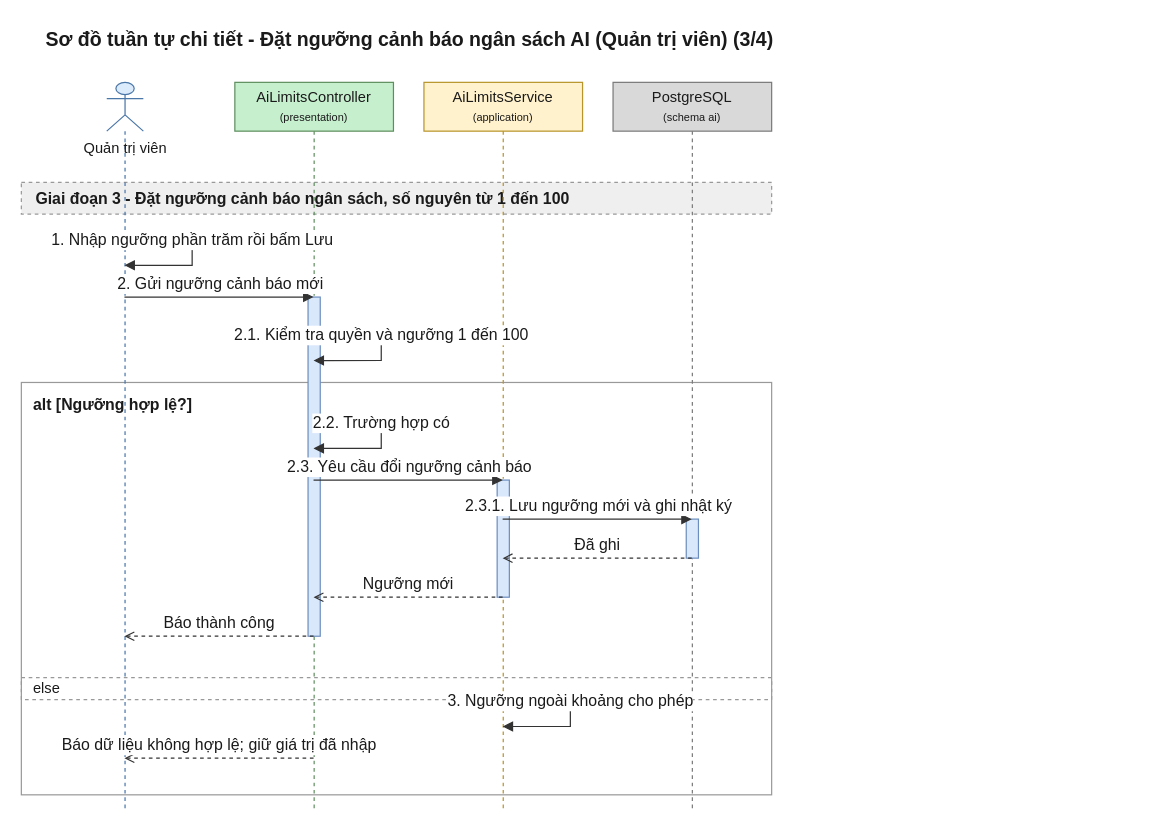
This is 08-diagram/sequence/admin/sequence_admin_dat_han_muc_va_gioi_han_ai_p3.drawio from daiphu1801/PRJ_ALGOPREP, a draw.io file, before an edit. Source tidied: cells renumbered, new cells numbered last; positions are measured from the earlier drawing's top-left corner, leaving out a move shared by most shapes. Both pictures are drawn from the tidied source at 122%, with x=0, y=0 at pixel (21, 21).
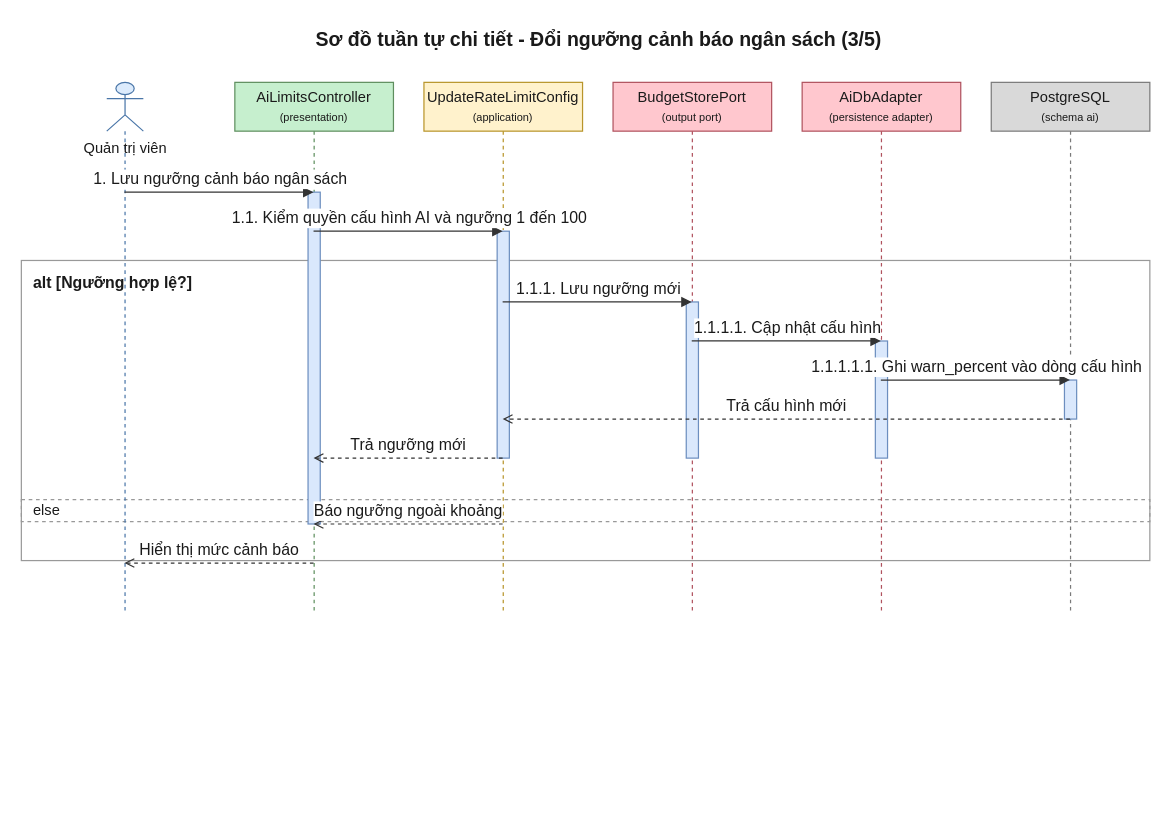
Above is the later version.

Change to the diagram source:
```diff
@@
-    <mxCell id="2" value="Sơ đồ tuần tự chi tiết - Đặt ngưỡng cảnh báo ngân sách AI (Quản trị viên) (3/4)" style="text;html=1;fontSize=16;fontStyle=1;align=center;verticalAlign=middle;fontColor=#1A1A1A;" parent="1" vertex="1">
-      <mxGeometry x="20" width="595" height="30" as="geometry" />
+    <mxCell id="2" value="Sơ đồ tuần tự chi tiết - Đổi ngưỡng cảnh báo ngân sách (3/5)" style="text;html=1;fontSize=16;fontStyle=1;align=center;verticalAlign=middle;fontColor=#1A1A1A;" parent="1" vertex="1">
+      <mxGeometry x="20" width="905" height="30" as="geometry" />
     </mxCell>
     <mxCell id="3" value="alt [Ngưỡng hợp lệ?]" style="algoprep=alt;rounded=0;whiteSpace=wrap;html=1;fillColor=none;strokeColor=#999999;verticalAlign=top;align=left;spacingLeft=8;spacingTop=4;fontColor=#1A1A1A;fontSize=13;fontStyle=1;dashed=0;" parent="1" vertex="1">
-      <mxGeometry y="296" width="615" height="338" as="geometry" />
+      <mxGeometry y="196" width="925" height="246" as="geometry" />
     </mxCell>
     <mxCell id="4" value="else" style="text;html=1;dashed=1;strokeColor=#999999;fillColor=none;align=left;verticalAlign=middle;spacingLeft=8;fontColor=#1A1A1A;fontSize=12;" parent="1" vertex="1">
-      <mxGeometry y="538" width="615" height="18" as="geometry" />
+      <mxGeometry y="392" width="925" height="18" as="geometry" />
     </mxCell>
-    <mxCell id="5" value="Giai đoạn 3 - Đặt ngưỡng cảnh báo ngân sách, số nguyên từ 1 đến 100" style="algoprep=phase;rounded=0;whiteSpace=wrap;html=1;fillColor=#EFEFEF;strokeColor=#999999;dashed=1;align=left;verticalAlign=middle;spacingLeft=10;fontColor=#1A1A1A;fontSize=13;fontStyle=1;" parent="1" vertex="1">
-      <mxGeometry y="132" width="615" height="26" as="geometry" />
+    <mxCell id="5" value="Quản trị viên" style="shape=umlLifeline;participant=umlActor;perimeter=lifelinePerimeter;html=1;outlineConnect=0;size=40;verticalAlign=top;spacingTop=40;fillColor=#DCEBFC;strokeColor=#4A76A8;fontColor=#1A1A1A;" parent="1" vertex="1">
+      <mxGeometry x="70" y="50" width="30" height="436" as="geometry" />
     </mxCell>
-    <mxCell id="6" value="Quản trị viên" style="shape=umlLifeline;participant=umlActor;perimeter=lifelinePerimeter;html=1;outlineConnect=0;size=40;verticalAlign=top;spacingTop=40;fillColor=#DCEBFC;strokeColor=#4A76A8;fontColor=#1A1A1A;" parent="1" vertex="1">
-      <mxGeometry x="70" y="50" width="30" height="596" as="geometry" />
+    <mxCell id="6" value="AiLimitsController&lt;br&gt;&lt;font style=&quot;font-size:9px&quot;&gt;(presentation)&lt;/font&gt;" style="shape=umlLifeline;perimeter=lifelinePerimeter;whiteSpace=wrap;html=1;outlineConnect=0;size=40;fillColor=#C6EFCE;strokeColor=#5E8E5E;fontColor=#1A1A1A;" parent="1" vertex="1">
+      <mxGeometry x="175" y="50" width="130" height="436" as="geometry" />
     </mxCell>
-    <mxCell id="7" value="AiLimitsController&lt;br&gt;&lt;font style=&quot;font-size:9px&quot;&gt;(presentation)&lt;/font&gt;" style="shape=umlLifeline;perimeter=lifelinePerimeter;whiteSpace=wrap;html=1;outlineConnect=0;size=40;fillColor=#C6EFCE;strokeColor=#5E8E5E;fontColor=#1A1A1A;" parent="1" vertex="1">
-      <mxGeometry x="175" y="50" width="130" height="596" as="geometry" />
+    <mxCell id="7" value="UpdateRateLimitConfig&lt;br&gt;&lt;font style=&quot;font-size:9px&quot;&gt;(application)&lt;/font&gt;" style="shape=umlLifeline;perimeter=lifelinePerimeter;whiteSpace=wrap;html=1;outlineConnect=0;size=40;fillColor=#FFF2CC;strokeColor=#B8952A;fontColor=#1A1A1A;" parent="1" vertex="1">
+      <mxGeometry x="330" y="50" width="130" height="436" as="geometry" />
     </mxCell>
-    <mxCell id="8" value="AiLimitsService&lt;br&gt;&lt;font style=&quot;font-size:9px&quot;&gt;(application)&lt;/font&gt;" style="shape=umlLifeline;perimeter=lifelinePerimeter;whiteSpace=wrap;html=1;outlineConnect=0;size=40;fillColor=#FFF2CC;strokeColor=#B8952A;fontColor=#1A1A1A;" parent="1" vertex="1">
-      <mxGeometry x="330" y="50" width="130" height="596" as="geometry" />
+    <mxCell id="8" value="BudgetStorePort&lt;br&gt;&lt;font style=&quot;font-size:9px&quot;&gt;(output port)&lt;/font&gt;" style="shape=umlLifeline;perimeter=lifelinePerimeter;whiteSpace=wrap;html=1;outlineConnect=0;size=40;fillColor=#FFC7CE;strokeColor=#B0525E;fontColor=#1A1A1A;" parent="1" vertex="1">
+      <mxGeometry x="485" y="50" width="130" height="436" as="geometry" />
     </mxCell>
-    <mxCell id="9" value="PostgreSQL&lt;br&gt;&lt;font style=&quot;font-size:9px&quot;&gt;(schema ai)&lt;/font&gt;" style="shape=umlLifeline;perimeter=lifelinePerimeter;whiteSpace=wrap;html=1;outlineConnect=0;size=40;fillColor=#D9D9D9;strokeColor=#7A7A7A;fontColor=#1A1A1A;" parent="1" vertex="1">
-      <mxGeometry x="485" y="50" width="130" height="596" as="geometry" />
+    <mxCell id="9" value="AiDbAdapter&lt;br&gt;&lt;font style=&quot;font-size:9px&quot;&gt;(persistence adapter)&lt;/font&gt;" style="shape=umlLifeline;perimeter=lifelinePerimeter;whiteSpace=wrap;html=1;outlineConnect=0;size=40;fillColor=#FFC7CE;strokeColor=#B0525E;fontColor=#1A1A1A;" parent="1" vertex="1">
+      <mxGeometry x="640" y="50" width="130" height="436" as="geometry" />
     </mxCell>
-    <mxCell id="10" style="html=1;points=[[0,0,0,0,0],[0,1,0,0,0],[1,0,0,0,0],[1,1,0,0,0]];perimeter=orthogonalPerimeter;outlineConnect=0;targetShapes=umlLifeline;fillColor=#DAE8FC;strokeColor=#6C8EBF;" parent="9" vertex="1">
-      <mxGeometry x="60" y="358" width="10" height="32" as="geometry" />
+    <mxCell id="10" value="PostgreSQL&lt;br&gt;&lt;font style=&quot;font-size:9px&quot;&gt;(schema ai)&lt;/font&gt;" style="shape=umlLifeline;perimeter=lifelinePerimeter;whiteSpace=wrap;html=1;outlineConnect=0;size=40;fillColor=#D9D9D9;strokeColor=#7A7A7A;fontColor=#1A1A1A;" parent="1" vertex="1">
+      <mxGeometry x="795" y="50" width="130" height="436" as="geometry" />
     </mxCell>
-    <mxCell id="11" style="html=1;perimeter=orthogonalPerimeter;targetShapes=umlLifeline;fillColor=#DAE8FC;strokeColor=#6C8EBF;" parent="8" vertex="1">
-      <mxGeometry x="60" y="326" width="10" height="96" as="geometry" />
+    <mxCell id="11" style="html=1;perimeter=orthogonalPerimeter;targetShapes=umlLifeline;fillColor=#DAE8FC;strokeColor=#6C8EBF;" parent="10" vertex="1">
+      <mxGeometry x="60" y="244" width="10" height="32" as="geometry" />
     </mxCell>
-    <mxCell id="12" style="html=1;perimeter=orthogonalPerimeter;targetShapes=umlLifeline;fillColor=#DAE8FC;strokeColor=#6C8EBF;" parent="7" vertex="1">
-      <mxGeometry x="60" y="176" width="10" height="278" as="geometry" />
+    <mxCell id="12" style="html=1;perimeter=orthogonalPerimeter;targetShapes=umlLifeline;fillColor=#DAE8FC;strokeColor=#6C8EBF;" parent="9" vertex="1">
+      <mxGeometry x="60" y="212" width="10" height="96" as="geometry" />
     </mxCell>
-    <mxCell id="13" value="1. Nhập ngưỡng phần trăm rồi bấm Lưu" style="edgeStyle=orthogonalEdgeStyle;rounded=0;html=1;endArrow=block;endFill=1;strokeColor=#333333;fontColor=#1A1A1A;fontSize=13;verticalAlign=bottom;exitX=0.5;exitY=0.2181;exitDx=0;exitDy=0;entryX=0.5;entryY=0.2517;entryDx=0;entryDy=0;" parent="1" edge="1" source="6" target="6">
-      <mxGeometry relative="1" as="geometry">
-        <Array as="points">
-          <mxPoint x="140" y="180" />
-          <mxPoint x="140" y="200" />
-        </Array>
-      </mxGeometry>
-    </mxCell>
-    <mxCell id="14" value="2. Gửi ngưỡng cảnh báo mới" style="edgeStyle=none;html=1;endArrow=block;endFill=1;strokeColor=#333333;fontColor=#1A1A1A;fontSize=13;verticalAlign=bottom;exitX=0.5;exitY=0.2953;exitDx=0;exitDy=0;entryX=0.5;entryY=0.2953;entryDx=0;entryDy=0;" parent="1" edge="1" source="6" target="7">
-      <mxGeometry relative="1" as="geometry" />
-    </mxCell>
-    <mxCell id="15" value="2.1. Kiểm tra quyền và ngưỡng 1 đến 100" style="edgeStyle=orthogonalEdgeStyle;rounded=0;html=1;endArrow=block;endFill=1;strokeColor=#333333;fontColor=#1A1A1A;fontSize=13;verticalAlign=bottom;exitX=0.5;exitY=0.3490;exitDx=0;exitDy=0;entryX=0.5;entryY=0.3826;entryDx=0;entryDy=0;" parent="1" edge="1" source="7" target="7">
-      <mxGeometry relative="1" as="geometry">
-        <Array as="points">
-          <mxPoint x="295" y="258" />
-          <mxPoint x="295" y="278" />
-        </Array>
-      </mxGeometry>
-    </mxCell>
+    <mxCell id="24" style="html=1;perimeter=orthogonalPerimeter;targetShapes=umlLifeline;fillColor=#DAE8FC;strokeColor=#6C8EBF;" parent="8" vertex="1">
+      <mxGeometry x="60" y="180" width="10" height="128" as="geometry" />
+    </mxCell>
+    <mxCell id="25" style="html=1;perimeter=orthogonalPerimeter;targetShapes=umlLifeline;fillColor=#DAE8FC;strokeColor=#6C8EBF;" parent="7" vertex="1">
+      <mxGeometry x="60" y="122" width="10" height="186" as="geometry" />
+    </mxCell>
+    <mxCell id="26" style="html=1;perimeter=orthogonalPerimeter;targetShapes=umlLifeline;fillColor=#DAE8FC;strokeColor=#6C8EBF;" parent="6" vertex="1">
+      <mxGeometry x="60" y="90" width="10" height="272" as="geometry" />
+    </mxCell>
-    <mxCell id="16" value="2.2. Trường hợp có" style="edgeStyle=orthogonalEdgeStyle;rounded=0;html=1;endArrow=block;endFill=1;strokeColor=#333333;fontColor=#1A1A1A;fontSize=13;verticalAlign=bottom;exitX=0.5;exitY=0.4698;exitDx=0;exitDy=0;entryX=0.5;entryY=0.5034;entryDx=0;entryDy=0;" parent="1" edge="1" source="7" target="7">
-      <mxGeometry relative="1" as="geometry">
-        <Array as="points">
-          <mxPoint x="295" y="330" />
-          <mxPoint x="295" y="350" />
-        </Array>
-      </mxGeometry>
+    <mxCell id="16" value="1. Lưu ngưỡng cảnh báo ngân sách" style="edgeStyle=none;html=1;endArrow=block;endFill=1;strokeColor=#333333;fontColor=#1A1A1A;fontSize=13;verticalAlign=bottom;exitX=0.5;exitY=0.2064;exitDx=0;exitDy=0;entryX=0.5;entryY=0.2064;entryDx=0;entryDy=0;" parent="1" edge="1" source="5" target="6">
+      <mxGeometry relative="1" as="geometry" />
     </mxCell>
-    <mxCell id="17" value="2.3. Yêu cầu đổi ngưỡng cảnh báo" style="edgeStyle=none;html=1;endArrow=block;endFill=1;strokeColor=#333333;fontColor=#1A1A1A;fontSize=13;verticalAlign=bottom;exitX=0.5;exitY=0.5470;exitDx=0;exitDy=0;entryX=0.5;entryY=0.5470;entryDx=0;entryDy=0;" parent="1" edge="1" source="7" target="8">
+    <mxCell id="17" value="1.1. Kiểm quyền cấu hình AI và ngưỡng 1 đến 100" style="edgeStyle=none;html=1;endArrow=block;endFill=1;strokeColor=#333333;fontColor=#1A1A1A;fontSize=13;verticalAlign=bottom;exitX=0.5;exitY=0.2798;exitDx=0;exitDy=0;entryX=0.5;entryY=0.2798;entryDx=0;entryDy=0;" parent="1" edge="1" source="6" target="7">
       <mxGeometry relative="1" as="geometry" />
     </mxCell>
-    <mxCell id="18" value="2.3.1. Lưu ngưỡng mới và ghi nhật ký" style="edgeStyle=none;html=1;endArrow=block;endFill=1;strokeColor=#333333;fontColor=#1A1A1A;fontSize=13;verticalAlign=bottom;exitX=0.5;exitY=0.6007;exitDx=0;exitDy=0;entryX=0.5;entryY=0.6007;entryDx=0;entryDy=0;" parent="1" edge="1" source="8" target="9">
+    <mxCell id="18" value="1.1.1. Lưu ngưỡng mới" style="edgeStyle=none;html=1;endArrow=block;endFill=1;strokeColor=#333333;fontColor=#1A1A1A;fontSize=13;verticalAlign=bottom;exitX=0.5;exitY=0.4128;exitDx=0;exitDy=0;entryX=0.5;entryY=0.4128;entryDx=0;entryDy=0;" parent="1" edge="1" source="7" target="8">
       <mxGeometry relative="1" as="geometry" />
     </mxCell>
-    <mxCell id="19" value="Đã ghi" style="edgeStyle=none;html=1;endArrow=open;endFill=0;dashed=1;strokeColor=#333333;fontColor=#1A1A1A;fontSize=13;verticalAlign=bottom;exitX=0.5;exitY=0.6544;exitDx=0;exitDy=0;entryX=0.5;entryY=0.6544;entryDx=0;entryDy=0;" parent="1" edge="1" source="9" target="8">
+    <mxCell id="19" value="1.1.1.1. Cập nhật cấu hình" style="edgeStyle=none;html=1;endArrow=block;endFill=1;strokeColor=#333333;fontColor=#1A1A1A;fontSize=13;verticalAlign=bottom;exitX=0.5;exitY=0.4862;exitDx=0;exitDy=0;entryX=0.5;entryY=0.4862;entryDx=0;entryDy=0;" parent="1" edge="1" source="8" target="9">
       <mxGeometry relative="1" as="geometry" />
     </mxCell>
-    <mxCell id="20" value="Ngưỡng mới" style="edgeStyle=none;html=1;endArrow=open;endFill=0;dashed=1;strokeColor=#333333;fontColor=#1A1A1A;fontSize=13;verticalAlign=bottom;exitX=0.5;exitY=0.7081;exitDx=0;exitDy=0;entryX=0.5;entryY=0.7081;entryDx=0;entryDy=0;" parent="1" edge="1" source="8" target="7">
+    <mxCell id="20" value="1.1.1.1.1. Ghi warn_percent vào dòng cấu hình" style="edgeStyle=none;html=1;endArrow=block;endFill=1;strokeColor=#333333;fontColor=#1A1A1A;fontSize=13;verticalAlign=bottom;exitX=0.5;exitY=0.5596;exitDx=0;exitDy=0;entryX=0.5;entryY=0.5596;entryDx=0;entryDy=0;" parent="1" edge="1" source="9" target="10">
       <mxGeometry relative="1" as="geometry" />
     </mxCell>
-    <mxCell id="21" value="Báo thành công" style="edgeStyle=none;html=1;endArrow=open;endFill=0;dashed=1;strokeColor=#333333;fontColor=#1A1A1A;fontSize=13;verticalAlign=bottom;exitX=0.5;exitY=0.7617;exitDx=0;exitDy=0;entryX=0.5;entryY=0.7617;entryDx=0;entryDy=0;" parent="1" edge="1" source="7" target="6">
+    <mxCell id="21" value="Trả cấu hình mới" style="edgeStyle=none;html=1;endArrow=open;endFill=0;dashed=1;strokeColor=#333333;fontColor=#1A1A1A;fontSize=13;verticalAlign=bottom;exitX=0.5;exitY=0.6330;exitDx=0;exitDy=0;entryX=0.5;entryY=0.6330;entryDx=0;entryDy=0;" parent="1" edge="1" source="10" target="7">
       <mxGeometry relative="1" as="geometry" />
     </mxCell>
-    <mxCell id="22" value="3. Ngưỡng ngoài khoảng cho phép" style="edgeStyle=orthogonalEdgeStyle;rounded=0;html=1;endArrow=block;endFill=1;strokeColor=#333333;fontColor=#1A1A1A;fontSize=13;verticalAlign=bottom;exitX=0.5;exitY=0.8523;exitDx=0;exitDy=0;entryX=0.5;entryY=0.8859;entryDx=0;entryDy=0;" parent="1" edge="1" source="8" target="8">
-      <mxGeometry relative="1" as="geometry">
-        <Array as="points">
-          <mxPoint x="450" y="558" />
-          <mxPoint x="450" y="578" />
-        </Array>
-      </mxGeometry>
+    <mxCell id="22" value="Trả ngưỡng mới" style="edgeStyle=none;html=1;endArrow=open;endFill=0;dashed=1;strokeColor=#333333;fontColor=#1A1A1A;fontSize=13;verticalAlign=bottom;exitX=0.5;exitY=0.7064;exitDx=0;exitDy=0;entryX=0.5;entryY=0.7064;entryDx=0;entryDy=0;" parent="1" edge="1" source="7" target="6">
+      <mxGeometry relative="1" as="geometry" />
     </mxCell>
-    <mxCell id="23" value="Báo dữ liệu không hợp lệ; giữ giá trị đã nhập" style="edgeStyle=none;html=1;endArrow=open;endFill=0;dashed=1;strokeColor=#333333;fontColor=#1A1A1A;fontSize=13;verticalAlign=bottom;exitX=0.5;exitY=0.9295;exitDx=0;exitDy=0;entryX=0.5;entryY=0.9295;entryDx=0;entryDy=0;" parent="1" edge="1" source="7" target="6">
+    <mxCell id="23" value="Báo ngưỡng ngoài khoảng" style="edgeStyle=none;html=1;endArrow=open;endFill=0;dashed=1;strokeColor=#333333;fontColor=#1A1A1A;fontSize=13;verticalAlign=bottom;exitX=0.5;exitY=0.8303;exitDx=0;exitDy=0;entryX=0.5;entryY=0.8303;entryDx=0;entryDy=0;" parent="1" edge="1" source="7" target="6">
       <mxGeometry relative="1" as="geometry" />
     </mxCell>
+    <mxCell id="27" value="Hiển thị mức cảnh báo" style="edgeStyle=none;html=1;endArrow=open;endFill=0;dashed=1;strokeColor=#333333;fontColor=#1A1A1A;fontSize=13;verticalAlign=bottom;exitX=0.5;exitY=0.9037;exitDx=0;exitDy=0;entryX=0.5;entryY=0.9037;entryDx=0;entryDy=0;" parent="1" edge="1" source="6" target="5">
+      <mxGeometry relative="1" as="geometry" />
+    </mxCell>
```
